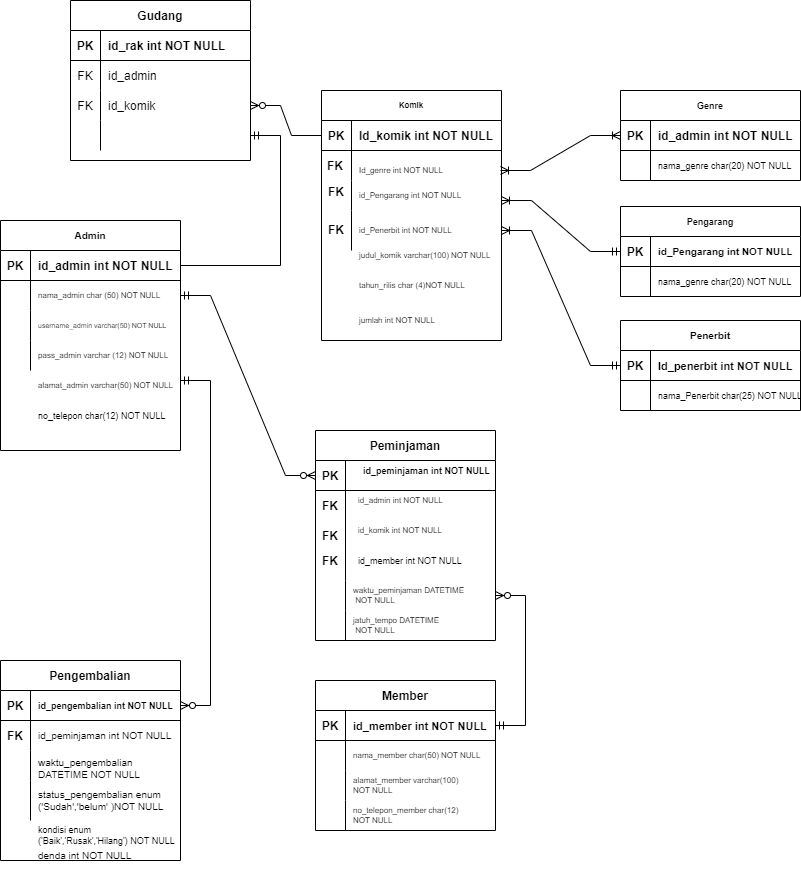
Naufalzaki05/IF214002 keeps this draw.io diagram as Pertemuan 6/Pertemuan 6.drawio.png. Above is the earlier version. Source tidied: cells renumbered, new cells last; positions are measured from the earlier drawing's top-left corner, leaving out a move shared by most shapes.
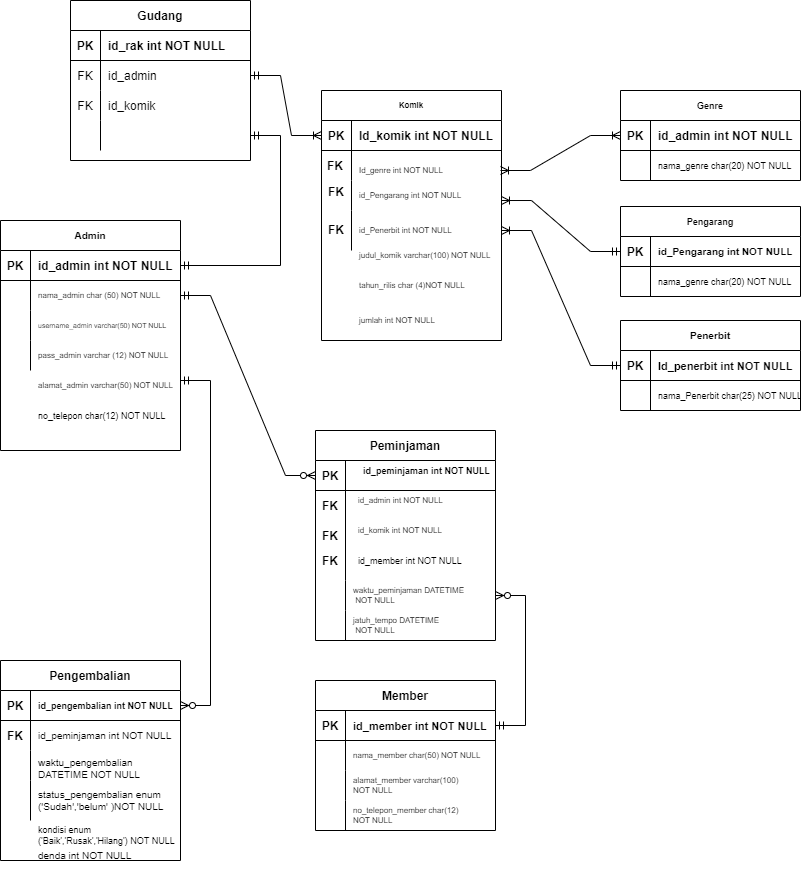
After the commit.

Commit message:
Update erd crow foot.drawio.png

What changed in the source:
```diff
@@ -378,11 +378,11 @@
     <mxCell id="125" value="jumlah int NOT NULL" style="shape=partialRectangle;fillColor=none;top=0;left=0;bottom=0;right=0;align=left;spacingLeft=6;overflow=hidden;fontSize=8;" parent="1" vertex="1">
       <mxGeometry x="351" y="300" width="150" height="40" as="geometry" />
     </mxCell>
-    <mxCell id="126" style="edgeStyle=entityRelationEdgeStyle;fontSize=12;html=1;endArrow=ERzeroToMany;endFill=1;rounded=0;exitX=0;exitY=0.5;exitDx=0;exitDy=0;entryX=1;entryY=0.5;entryDx=0;entryDy=0;" parent="1" edge="1" source="18" target="119">
-      <mxGeometry relative="1" as="geometry" />
-    </mxCell>
-    <mxCell id="127" style="edgeStyle=entityRelationEdgeStyle;fontSize=12;html=1;endArrow=ERmandOne;rounded=0;" parent="1" edge="1" source="3" target="122">
+    <mxCell id="127" style="edgeStyle=entityRelationEdgeStyle;fontSize=12;html=1;endArrow=ERmandOne;startArrow=ERmandOne;rounded=0;exitX=1;exitY=0.5;exitDx=0;exitDy=0;" parent="1" edge="1" source="3" target="122">
       <mxGeometry relative="1" as="geometry" />
     </mxCell>
+    <mxCell id="128" style="edgeStyle=entityRelationEdgeStyle;fontSize=12;html=1;endArrow=ERoneToMany;startArrow=ERmandOne;rounded=0;exitX=1;exitY=0.5;exitDx=0;exitDy=0;entryX=0;entryY=0.5;entryDx=0;entryDy=0;" parent="1" edge="1" source="116" target="18">
+      <mxGeometry relative="1" as="geometry" />
+    </mxCell>
   </root>
 </mxGraphModel>
```
